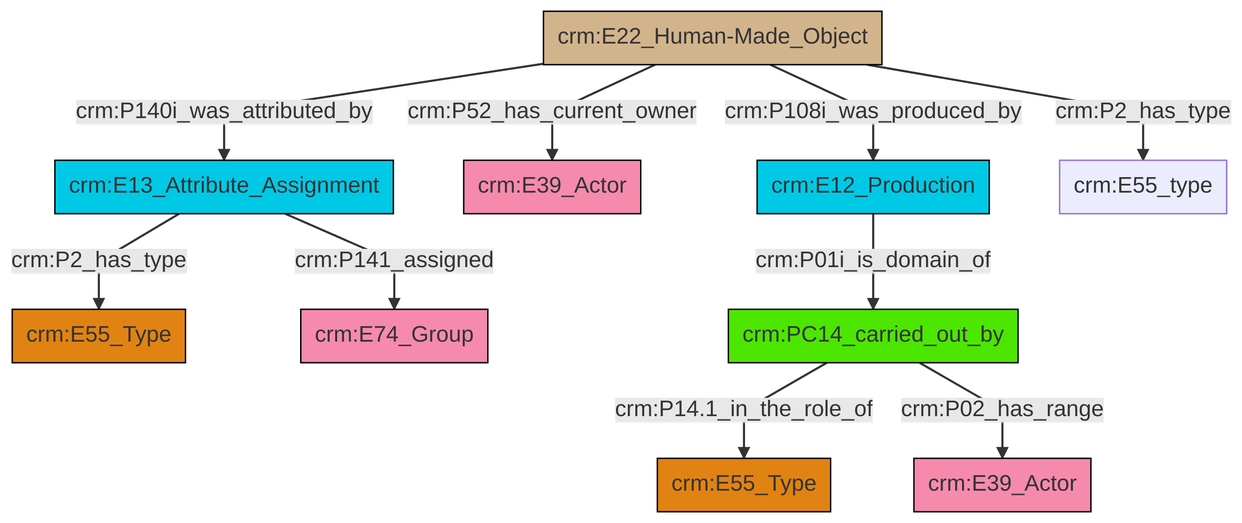
This is et/builtWorkCSV/ttl/mmd/png/Built_Work_actor_relations.png from swiss-art-research-net/reference-data-models, a Mermaid export, as it was before one commit. Its source is kept beside it as et/builtWorkCSV/ttl/mmd/Built_Work_actor_relations.ttl.mmd.
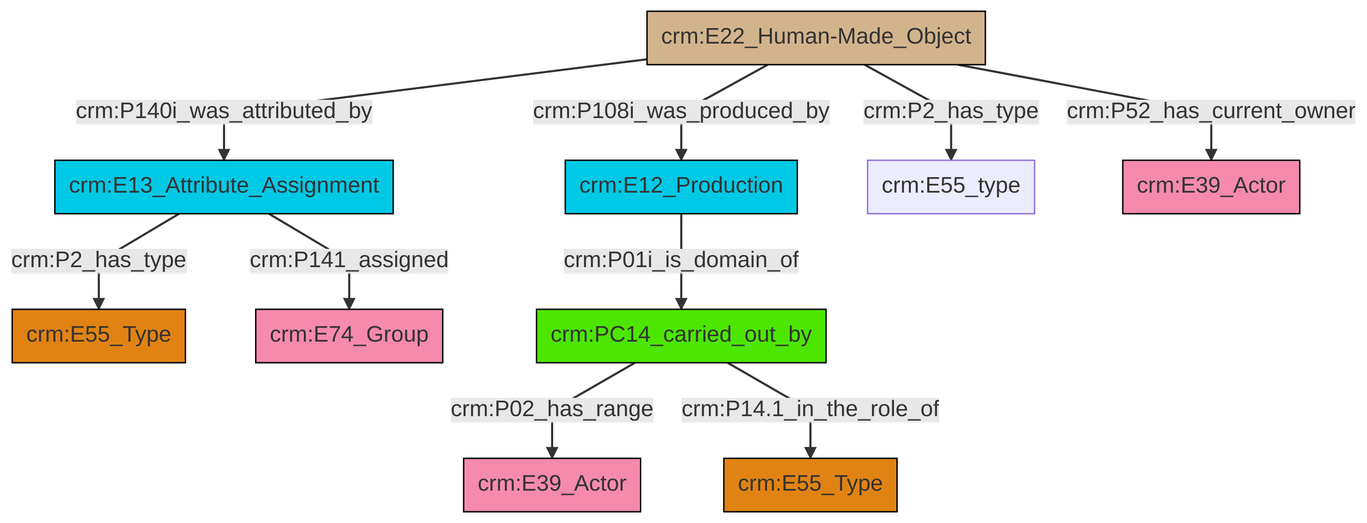
After the change.

The edit, as a diff of the source:
```diff
@@ -14,11 +14,11 @@
 classDef Multi fill:#cccccc,stroke:#000000;
 
 0["crm:E13_Attribute_Assignment"]:::Temporal_Entity -->|crm:P2_has_type| 1["crm:E55_Type"]:::Type
-2["crm:PC14_carried_out_by"]:::PC_Classes -->|crm:P14.1_in_the_role_of| 3["crm:E55_Type"]:::Type
-4["crm:E22_Human-Made_Object"]:::Physical_Thing -->|crm:P140i_was_attributed_by| 0["crm:E13_Attribute_Assignment"]:::Temporal_Entity
-4["crm:E22_Human-Made_Object"]:::Physical_Thing -->|crm:P52_has_current_owner| 5["crm:E39_Actor"]:::Actor
-2["crm:PC14_carried_out_by"]:::PC_Classes -->|crm:P02_has_range| 6["crm:E39_Actor"]:::Actor
-4["crm:E22_Human-Made_Object"]:::Physical_Thing -->|crm:P108i_was_produced_by| 16["crm:E12_Production"]:::Temporal_Entity
-4["crm:E22_Human-Made_Object"]:::Physical_Thing -->|crm:P2_has_type| 18["crm:E55_type"]:::Default
-0["crm:E13_Attribute_Assignment"]:::Temporal_Entity -->|crm:P141_assigned| 8["crm:E74_Group"]:::Actor
-16["crm:E12_Production"]:::Temporal_Entity -->|crm:P01i_is_domain_of| 2["crm:PC14_carried_out_by"]:::PC_Classes
+3["crm:E22_Human-Made_Object"]:::Physical_Thing -->|crm:P140i_was_attributed_by| 0["crm:E13_Attribute_Assignment"]:::Temporal_Entity
+3["crm:E22_Human-Made_Object"]:::Physical_Thing -->|crm:P108i_was_produced_by| 4["crm:E12_Production"]:::Temporal_Entity
+0["crm:E13_Attribute_Assignment"]:::Temporal_Entity -->|crm:P141_assigned| 7["crm:E74_Group"]:::Actor
+9["crm:PC14_carried_out_by"]:::PC_Classes -->|crm:P02_has_range| 10["crm:E39_Actor"]:::Actor
+9["crm:PC14_carried_out_by"]:::PC_Classes -->|crm:P14.1_in_the_role_of| 5["crm:E55_Type"]:::Type
+3["crm:E22_Human-Made_Object"]:::Physical_Thing -->|crm:P52_has_current_owner| 17["crm:E39_Actor"]:::Actor
+4["crm:E12_Production"]:::Temporal_Entity -->|crm:P01i_is_domain_of| 9["crm:PC14_carried_out_by"]:::PC_Classes
+3["crm:E22_Human-Made_Object"]:::Physical_Thing -->|crm:P2_has_type| 12["crm:E55_type"]:::Default
```
